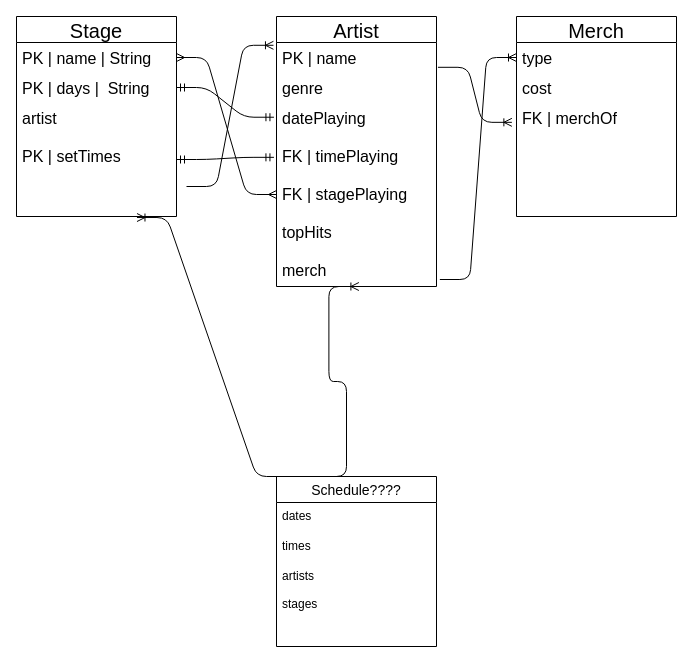
This is Project-Info/ERD.drawio from alexxgz/festivalApp, a draw.io file, before an edit. Source tidied: cells renumbered, new cells numbered last; positions are measured from the earlier drawing's top-left corner, leaving out a move shared by most shapes. Both pictures are drawn from the tidied source at 100%, with x=0, y=0 at pixel (16, 16).
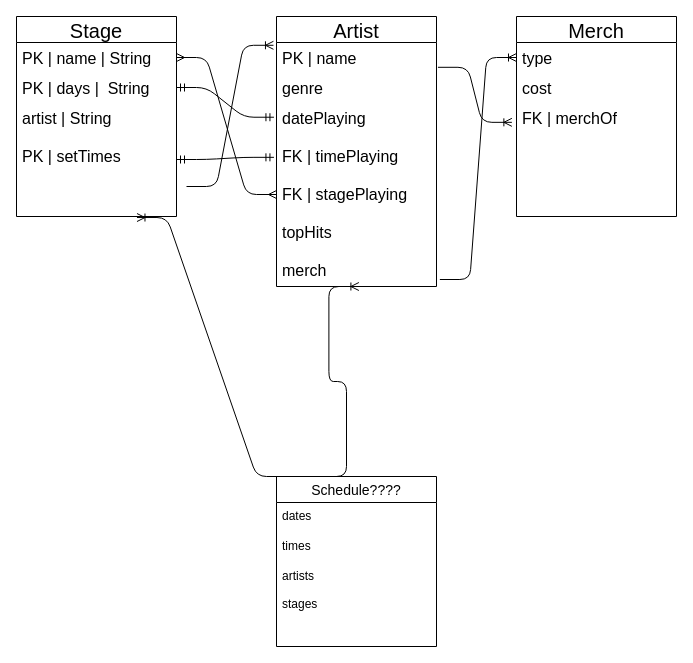
After the change.

The change refers to these unchanged cells:
```xml
<mxCell id="6" value="Stage" style="swimlane;fontStyle=0;horizontal=1;startSize=26;align=center;fontSize=20;" parent="1" vertex="1">
  <mxGeometry width="160" height="200" as="geometry" />
</mxCell>
```

What changed in the source:
```diff
@@
-    <mxCell id="9" value="artist&#10;&#10;PK | setTimes" style="text;strokeColor=none;fillColor=none;spacingLeft=4;spacingRight=4;overflow=hidden;points=[[0,0.5],[1,0.5]];portConstraint=eastwest;fontSize=16;" parent="6" vertex="1">
+    <mxCell id="9" value="artist | String &#10;&#10;PK | setTimes" style="text;strokeColor=none;fillColor=none;spacingLeft=4;spacingRight=4;overflow=hidden;points=[[0,0.5],[1,0.5]];portConstraint=eastwest;fontSize=16;" parent="6" vertex="1">
       <mxGeometry y="86" width="160" height="114" as="geometry" />
     </mxCell>
```
